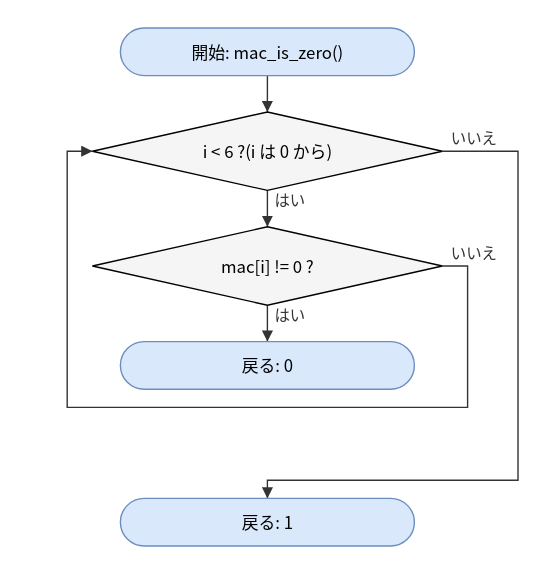
Before: doc/spec/images/flow_src_bfm_cm-mac_is_zero.drawio.svg, a diagram exported from draw.io (hf355051012-ai/bfmem). Source tidied: cells renumbered, new cells last; positions are measured from the earlier drawing's top-left corner, leaving out a move shared by most shapes.
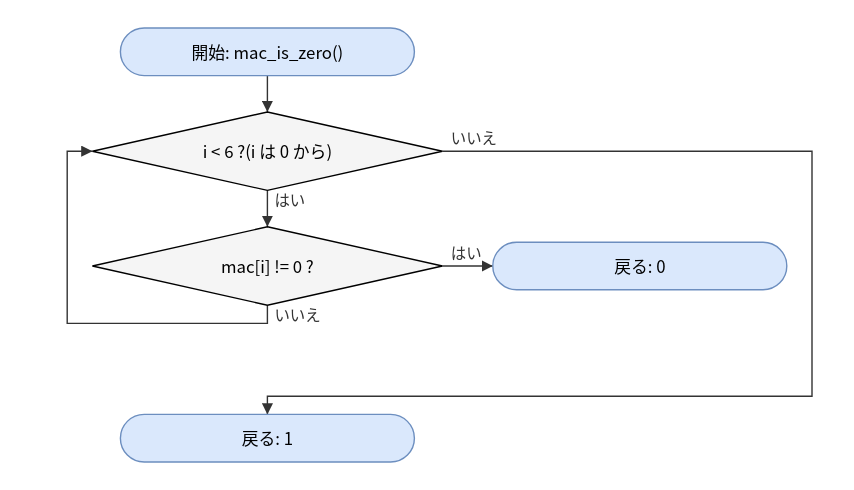
Above is the later version.

The edit, as a diff of the source:
```diff
@@ -12,10 +12,10 @@
       <mxGeometry x="18" y="142" width="250" height="56" as="geometry" />
     </mxCell>
     <mxCell id="5" value="戻る: 0" style="rounded=1;arcSize=50;whiteSpace=wrap;html=1;fillColor=#dae8fc;strokeColor=#6c8ebf;" parent="1" vertex="1">
-      <mxGeometry x="38" y="224" width="210" height="34" as="geometry" />
+      <mxGeometry x="304" y="153" width="210" height="34" as="geometry" />
     </mxCell>
     <mxCell id="6" value="戻る: 1" style="rounded=1;arcSize=50;whiteSpace=wrap;html=1;fillColor=#dae8fc;strokeColor=#6c8ebf;" parent="1" vertex="1">
-      <mxGeometry x="38" y="336" width="210" height="34" as="geometry" />
+      <mxGeometry x="38" y="276" width="210" height="34" as="geometry" />
     </mxCell>
     <mxCell id="7" style="edgeStyle=none;html=1;rounded=0;endArrow=block;endFill=1;exitX=0.5000;exitY=1.0000;exitDx=0;exitDy=0;exitPerimeter=0;entryX=0.5000;entryY=0.0000;entryDx=0;entryDy=0;entryPerimeter=0;" parent="1" edge="1" source="2" target="3">
       <mxGeometry relative="1" as="geometry" />
@@ -23,15 +23,14 @@
     <mxCell id="8" value="はい" style="edgeStyle=none;html=1;rounded=0;endArrow=block;endFill=1;exitX=0.5000;exitY=1.0000;exitDx=0;exitDy=0;exitPerimeter=0;entryX=0.5000;entryY=0.0000;entryDx=0;entryDy=0;entryPerimeter=0;" parent="1" edge="1" source="3" target="4">
       <mxGeometry relative="1" as="geometry" />
     </mxCell>
-    <mxCell id="9" value="はい" style="edgeStyle=none;html=1;rounded=0;endArrow=block;endFill=1;exitX=0.5000;exitY=1.0000;exitDx=0;exitDy=0;exitPerimeter=0;entryX=0.5000;entryY=0.0000;entryDx=0;entryDy=0;entryPerimeter=0;" parent="1" edge="1" source="4" target="5">
+    <mxCell id="9" value="はい" style="edgeStyle=none;html=1;rounded=0;endArrow=block;endFill=1;exitX=1.0000;exitY=0.5000;exitDx=0;exitDy=0;exitPerimeter=0;entryX=0.0000;entryY=0.5000;entryDx=0;entryDy=0;entryPerimeter=0;" parent="1" edge="1" source="4" target="5">
       <mxGeometry relative="1" as="geometry" />
     </mxCell>
-    <mxCell id="10" value="いいえ" style="edgeStyle=none;html=1;rounded=0;endArrow=block;endFill=1;exitX=1.0000;exitY=0.5000;exitDx=0;exitDy=0;exitPerimeter=0;entryX=0.0000;entryY=0.5000;entryDx=0;entryDy=0;entryPerimeter=0;" parent="1" edge="1" source="4" target="3">
+    <mxCell id="10" value="いいえ" style="edgeStyle=none;html=1;rounded=0;endArrow=block;endFill=1;exitX=0.5000;exitY=1.0000;exitDx=0;exitDy=0;exitPerimeter=0;entryX=0.0000;entryY=0.5000;entryDx=0;entryDy=0;entryPerimeter=0;" parent="1" edge="1" source="4" target="3">
       <mxGeometry relative="1" as="geometry">
         <Array as="points">
-          <mxPoint x="286" y="170" />
-          <mxPoint x="286" y="271" />
-          <mxPoint y="271" />
+          <mxPoint x="143" y="211" />
+          <mxPoint y="211" />
           <mxPoint y="88" />
         </Array>
       </mxGeometry>
@@ -39,9 +38,9 @@
     <mxCell id="11" value="いいえ" style="edgeStyle=none;html=1;rounded=0;endArrow=block;endFill=1;exitX=1.0000;exitY=0.5000;exitDx=0;exitDy=0;exitPerimeter=0;entryX=0.5000;entryY=0.0000;entryDx=0;entryDy=0;entryPerimeter=0;" parent="1" edge="1" source="3" target="6">
       <mxGeometry relative="1" as="geometry">
         <Array as="points">
-          <mxPoint x="322" y="88" />
-          <mxPoint x="322" y="323" />
-          <mxPoint x="143" y="323" />
+          <mxPoint x="532" y="88" />
+          <mxPoint x="532" y="263" />
+          <mxPoint x="143" y="263" />
         </Array>
       </mxGeometry>
     </mxCell>
```
